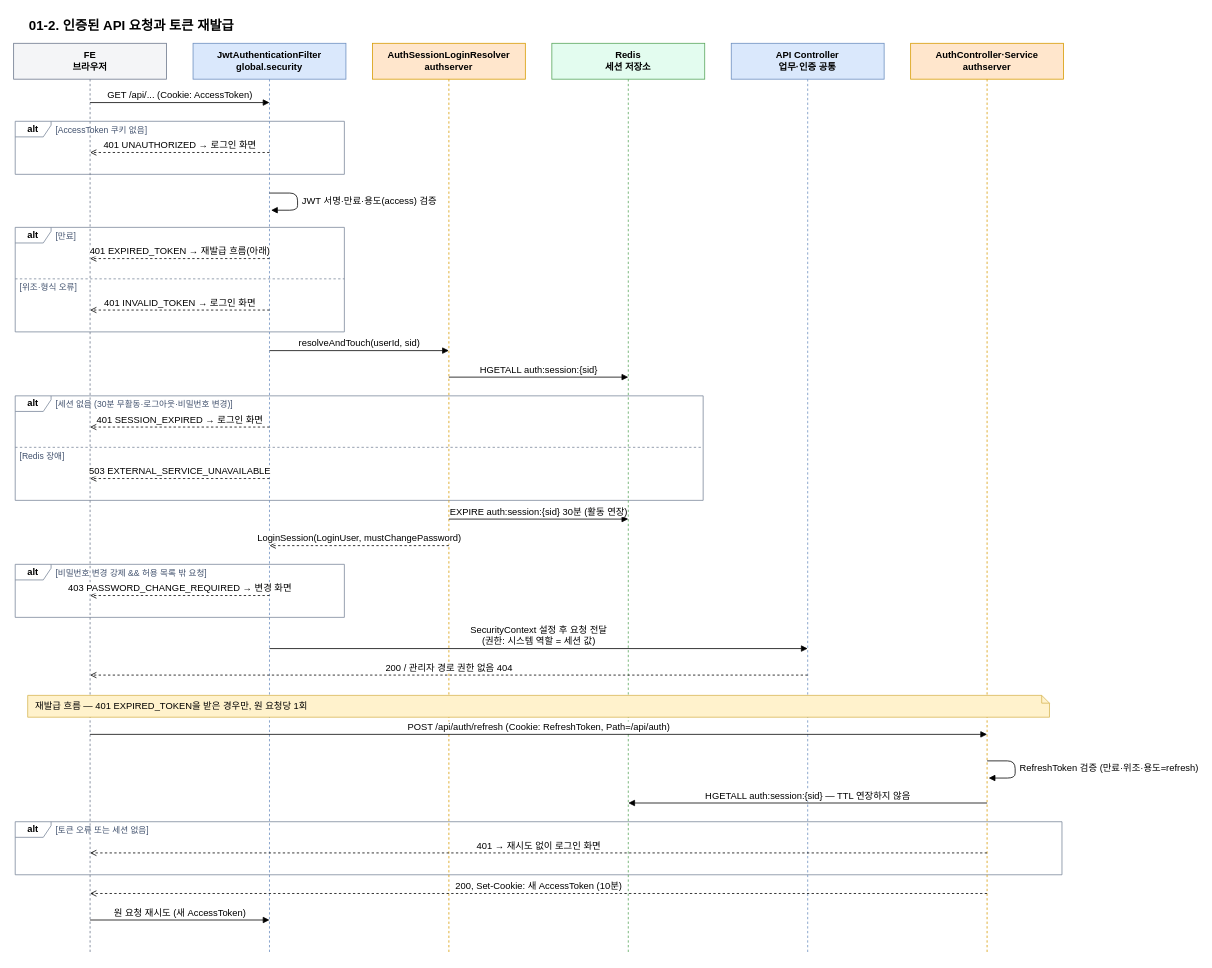
Earlier version of the draw.io diagram docs/sequence/01-2-authenticated-request.drawio (WonikQnCKDT/CoreviaAI_BE). Source tidied: cells renumbered, new cells numbered last; positions are measured from the earlier drawing's top-left corner, leaving out a move shared by most shapes. Both pictures are drawn from the tidied source at 78%, with x=0, y=0 at pixel (13, 13).
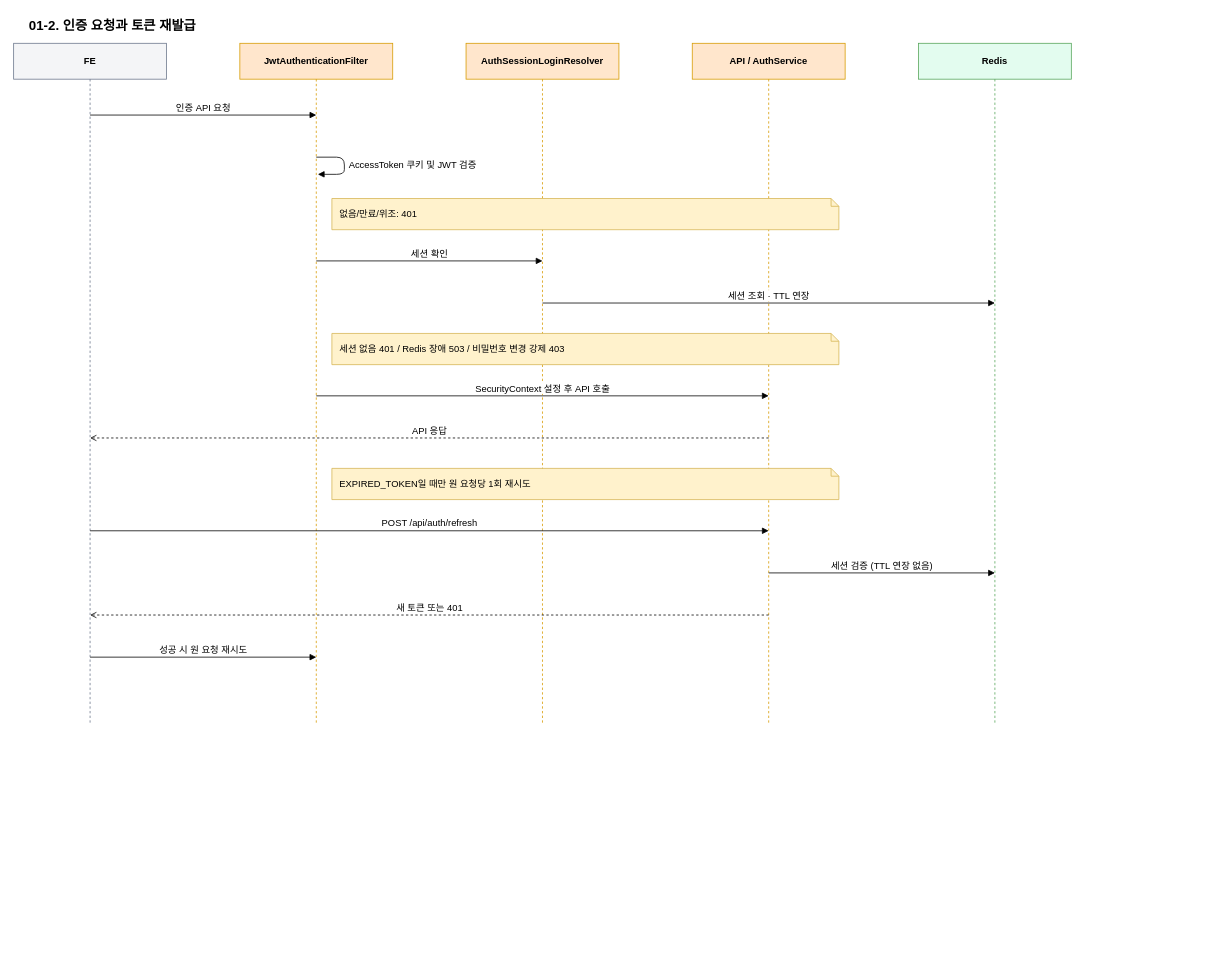
After the change.

Diff of the diagram source:
```diff
@@
+    <mxCell id="15" value="FE" style="shape=umlLifeline;perimeter=lifelinePerimeter;whiteSpace=wrap;html=1;size=46;fillColor=#F4F5F7;strokeColor=#6B778C;fontStyle=1;" parent="1" vertex="1">
+      <mxGeometry y="38" width="196" height="871" as="geometry" />
+    </mxCell>
+    <mxCell id="22" value="JwtAuthenticationFilter" style="shape=umlLifeline;perimeter=lifelinePerimeter;whiteSpace=wrap;html=1;size=46;fillColor=#FFE6CC;strokeColor=#D79B00;fontStyle=1;" parent="1" vertex="1">
+      <mxGeometry x="290" y="38" width="196" height="871" as="geometry" />
+    </mxCell>
+    <mxCell id="23" value="AuthSessionLoginResolver" style="shape=umlLifeline;perimeter=lifelinePerimeter;whiteSpace=wrap;html=1;size=46;fillColor=#FFE6CC;strokeColor=#D79B00;fontStyle=1;" parent="1" vertex="1">
+      <mxGeometry x="580" y="38" width="196" height="871" as="geometry" />
+    </mxCell>
+    <mxCell id="24" value="API / AuthService" style="shape=umlLifeline;perimeter=lifelinePerimeter;whiteSpace=wrap;html=1;size=46;fillColor=#FFE6CC;strokeColor=#D79B00;fontStyle=1;" parent="1" vertex="1">
+      <mxGeometry x="870" y="38" width="196" height="871" as="geometry" />
+    </mxCell>
+    <mxCell id="25" value="Redis" style="shape=umlLifeline;perimeter=lifelinePerimeter;whiteSpace=wrap;html=1;size=46;fillColor=#E3FCEF;strokeColor=#57A55A;fontStyle=1;" parent="1" vertex="1">
+      <mxGeometry x="1160" y="38" width="196" height="871" as="geometry" />
+    </mxCell>
-    <mxCell id="2" value="alt" style="shape=umlFrame;whiteSpace=wrap;html=1;width=46;height=20;fillColor=none;strokeColor=#7A869A;fontStyle=1;" parent="1" vertex="1">
-      <mxGeometry x="2" y="138" width="422" height="68" as="geometry" />
+    <mxCell id="2" value="인증 API 요청" style="endArrow=block;endFill=1;html=1;verticalAlign=bottom;fontSize=12;" parent="1" edge="1">
+      <mxGeometry relative="1" as="geometry">
+        <mxPoint x="98" y="130" as="sourcePoint" />
+        <mxPoint x="388" y="130" as="targetPoint" />
+      </mxGeometry>
     </mxCell>
-    <mxCell id="3" value="[AccessToken 쿠키 없음]" style="text;html=1;align=left;verticalAlign=middle;fontColor=#42526E;fontSize=11;" parent="1" vertex="1">
-      <mxGeometry x="52" y="139" width="368" height="20" as="geometry" />
+    <mxCell id="3" value="AccessToken 쿠키 및 JWT 검증" style="endArrow=block;endFill=1;html=1;align=left;spacingLeft=4;fontSize=12;edgeStyle=none;" parent="1" edge="1">
+      <mxGeometry relative="1" as="geometry">
+        <mxPoint x="388" y="184" as="sourcePoint" />
+        <mxPoint x="390" y="206" as="targetPoint" />
+        <Array as="points">
+          <mxPoint x="424" y="184" />
+          <mxPoint x="424" y="206" />
+        </Array>
+      </mxGeometry>
     </mxCell>
-    <mxCell id="4" value="alt" style="shape=umlFrame;whiteSpace=wrap;html=1;width=46;height=20;fillColor=none;strokeColor=#7A869A;fontStyle=1;" parent="1" vertex="1">
-      <mxGeometry x="2" y="274" width="422" height="134" as="geometry" />
+    <mxCell id="4" value="없음/만료/위조: 401" style="shape=note;size=10;whiteSpace=wrap;html=1;fillColor=#FFF2CC;strokeColor=#D6B656;align=left;spacingLeft=8;verticalAlign=middle;fontSize=12;" parent="1" vertex="1">
+      <mxGeometry x="408" y="237" width="650" height="40" as="geometry" />
     </mxCell>
-    <mxCell id="5" value="[만료]" style="text;html=1;align=left;verticalAlign=middle;fontColor=#42526E;fontSize=11;" parent="1" vertex="1">
-      <mxGeometry x="52" y="275" width="368" height="20" as="geometry" />
+    <mxCell id="5" value="세션 확인" style="endArrow=block;endFill=1;html=1;verticalAlign=bottom;fontSize=12;" parent="1" edge="1">
+      <mxGeometry relative="1" as="geometry">
+        <mxPoint x="388" y="317" as="sourcePoint" />
+        <mxPoint x="678" y="317" as="targetPoint" />
+      </mxGeometry>
     </mxCell>
-    <mxCell id="6" style="endArrow=none;dashed=1;html=1;strokeColor=#7A869A;" parent="1" edge="1">
+    <mxCell id="6" value="세션 조회 · TTL 연장" style="endArrow=block;endFill=1;html=1;verticalAlign=bottom;fontSize=12;" parent="1" edge="1">
       <mxGeometry relative="1" as="geometry">
-        <mxPoint x="2" y="340" as="sourcePoint" />
-        <mxPoint x="424" y="340" as="targetPoint" />
+        <mxPoint x="678" y="371" as="sourcePoint" />
+        <mxPoint x="1258" y="371" as="targetPoint" />
       </mxGeometry>
     </mxCell>
-    <mxCell id="7" value="[위조·형식 오류]" style="text;html=1;align=left;verticalAlign=middle;fontColor=#42526E;fontSize=11;" parent="1" vertex="1">
-      <mxGeometry x="6" y="341" width="414" height="20" as="geometry" />
+    <mxCell id="7" value="세션 없음 401 / Redis 장애 503 / 비밀번호 변경 강제 403" style="shape=note;size=10;whiteSpace=wrap;html=1;fillColor=#FFF2CC;strokeColor=#D6B656;align=left;spacingLeft=8;verticalAlign=middle;fontSize=12;" parent="1" vertex="1">
+      <mxGeometry x="408" y="410" width="650" height="40" as="geometry" />
     </mxCell>
-    <mxCell id="8" value="alt" style="shape=umlFrame;whiteSpace=wrap;html=1;width=46;height=20;fillColor=none;strokeColor=#7A869A;fontStyle=1;" parent="1" vertex="1">
-      <mxGeometry x="2" y="490" width="882" height="134" as="geometry" />
+    <mxCell id="8" value="SecurityContext 설정 후 API 호출" style="endArrow=block;endFill=1;html=1;verticalAlign=bottom;fontSize=12;" parent="1" edge="1">
+      <mxGeometry relative="1" as="geometry">
+        <mxPoint x="388" y="490" as="sourcePoint" />
+        <mxPoint x="968" y="490" as="targetPoint" />
+      </mxGeometry>
     </mxCell>
-    <mxCell id="9" value="[세션 없음 (30분 무활동·로그아웃·비밀번호 변경)]" style="text;html=1;align=left;verticalAlign=middle;fontColor=#42526E;fontSize=11;" parent="1" vertex="1">
-      <mxGeometry x="52" y="491" width="828" height="20" as="geometry" />
+    <mxCell id="9" value="API 응답" style="dashed=1;endArrow=open;endFill=0;html=1;verticalAlign=bottom;fontSize=12;" parent="1" edge="1">
+      <mxGeometry relative="1" as="geometry">
+        <mxPoint x="968" y="544" as="sourcePoint" />
+        <mxPoint x="98" y="544" as="targetPoint" />
+      </mxGeometry>
     </mxCell>
-    <mxCell id="10" style="endArrow=none;dashed=1;html=1;strokeColor=#7A869A;" parent="1" edge="1">
-      <mxGeometry relative="1" as="geometry">
-        <mxPoint x="2" y="556" as="sourcePoint" />
-        <mxPoint x="884" y="556" as="targetPoint" />
-      </mxGeometry>
+    <mxCell id="10" value="EXPIRED_TOKEN일 때만 원 요청당 1회 재시도" style="shape=note;size=10;whiteSpace=wrap;html=1;fillColor=#FFF2CC;strokeColor=#D6B656;align=left;spacingLeft=8;verticalAlign=middle;fontSize=12;" parent="1" vertex="1">
+      <mxGeometry x="408" y="583" width="650" height="40" as="geometry" />
     </mxCell>
-    <mxCell id="11" value="[Redis 장애]" style="text;html=1;align=left;verticalAlign=middle;fontColor=#42526E;fontSize=11;" parent="1" vertex="1">
-      <mxGeometry x="6" y="557" width="874" height="20" as="geometry" />
+    <mxCell id="11" value="POST /api/auth/refresh" style="endArrow=block;endFill=1;html=1;verticalAlign=bottom;fontSize=12;" parent="1" edge="1">
+      <mxGeometry relative="1" as="geometry">
+        <mxPoint x="98" y="663" as="sourcePoint" />
+        <mxPoint x="968" y="663" as="targetPoint" />
+      </mxGeometry>
     </mxCell>
-    <mxCell id="12" value="alt" style="shape=umlFrame;whiteSpace=wrap;html=1;width=46;height=20;fillColor=none;strokeColor=#7A869A;fontStyle=1;" parent="1" vertex="1">
-      <mxGeometry x="2" y="706" width="422" height="68" as="geometry" />
+    <mxCell id="12" value="세션 검증 (TTL 연장 없음)" style="endArrow=block;endFill=1;html=1;verticalAlign=bottom;fontSize=12;" parent="1" edge="1">
+      <mxGeometry relative="1" as="geometry">
+        <mxPoint x="968" y="717" as="sourcePoint" />
+        <mxPoint x="1258" y="717" as="targetPoint" />
+      </mxGeometry>
     </mxCell>
-    <mxCell id="13" value="[비밀번호 변경 강제 &amp;&amp; 허용 목록 밖 요청]" style="text;html=1;align=left;verticalAlign=middle;fontColor=#42526E;fontSize=11;" parent="1" vertex="1">
-      <mxGeometry x="52" y="707" width="368" height="20" as="geometry" />
+    <mxCell id="13" value="새 토큰 또는 401" style="dashed=1;endArrow=open;endFill=0;html=1;verticalAlign=bottom;fontSize=12;" parent="1" edge="1">
+      <mxGeometry relative="1" as="geometry">
+        <mxPoint x="968" y="771" as="sourcePoint" />
+        <mxPoint x="98" y="771" as="targetPoint" />
+      </mxGeometry>
     </mxCell>
-    <mxCell id="14" value="alt" style="shape=umlFrame;whiteSpace=wrap;html=1;width=46;height=20;fillColor=none;strokeColor=#7A869A;fontStyle=1;" parent="1" vertex="1">
-      <mxGeometry x="2" y="1036" width="1342" height="68" as="geometry" />
+    <mxCell id="14" value="성공 시 원 요청 재시도" style="endArrow=block;endFill=1;html=1;verticalAlign=bottom;fontSize=12;" parent="1" edge="1">
+      <mxGeometry relative="1" as="geometry">
+        <mxPoint x="98" y="825" as="sourcePoint" />
+        <mxPoint x="388" y="825" as="targetPoint" />
+      </mxGeometry>
     </mxCell>
-    <mxCell id="15" value="[토큰 오류 또는 세션 없음]" style="text;html=1;align=left;verticalAlign=middle;fontColor=#42526E;fontSize=11;" parent="1" vertex="1">
-      <mxGeometry x="52" y="1037" width="1288" height="20" as="geometry" />
-    </mxCell>
-    <mxCell id="16" value="FE&lt;br&gt;브라우저" style="shape=umlLifeline;perimeter=lifelinePerimeter;whiteSpace=wrap;html=1;size=46;fillColor=#F4F5F7;strokeColor=#6B778C;fontStyle=1;" parent="1" vertex="1">
-      <mxGeometry y="38" width="196" height="1168" as="geometry" />
-    </mxCell>
-    <mxCell id="17" value="JwtAuthenticationFilter&lt;br&gt;global.security" style="shape=umlLifeline;perimeter=lifelinePerimeter;whiteSpace=wrap;html=1;size=46;fillColor=#DAE8FC;strokeColor=#6C8EBF;fontStyle=1;" parent="1" vertex="1">
-      <mxGeometry x="230" y="38" width="196" height="1168" as="geometry" />
-    </mxCell>
-    <mxCell id="18" value="AuthSessionLoginResolver&lt;br&gt;authserver" style="shape=umlLifeline;perimeter=lifelinePerimeter;whiteSpace=wrap;html=1;size=46;fillColor=#FFE6CC;strokeColor=#D79B00;fontStyle=1;" parent="1" vertex="1">
-      <mxGeometry x="460" y="38" width="196" height="1168" as="geometry" />
-    </mxCell>
-    <mxCell id="19" value="Redis&lt;br&gt;세션 저장소" style="shape=umlLifeline;perimeter=lifelinePerimeter;whiteSpace=wrap;html=1;size=46;fillColor=#E3FCEF;strokeColor=#57A55A;fontStyle=1;" parent="1" vertex="1">
-      <mxGeometry x="690" y="38" width="196" height="1168" as="geometry" />
-    </mxCell>
-    <mxCell id="20" value="API Controller&lt;br&gt;업무·인증 공통" style="shape=umlLifeline;perimeter=lifelinePerimeter;whiteSpace=wrap;html=1;size=46;fillColor=#DAE8FC;strokeColor=#6C8EBF;fontStyle=1;" parent="1" vertex="1">
-      <mxGeometry x="920" y="38" width="196" height="1168" as="geometry" />
-    </mxCell>
-    <mxCell id="21" value="AuthController·Service&lt;br&gt;authserver" style="shape=umlLifeline;perimeter=lifelinePerimeter;whiteSpace=wrap;html=1;size=46;fillColor=#FFE6CC;strokeColor=#D79B00;fontStyle=1;" parent="1" vertex="1">
-      <mxGeometry x="1150" y="38" width="196" height="1168" as="geometry" />
-    </mxCell>
-    <mxCell id="22" value="GET /api/... (Cookie: AccessToken)" style="endArrow=block;endFill=1;html=1;verticalAlign=bottom;fontSize=12;" parent="1" edge="1">
-      <mxGeometry relative="1" as="geometry">
-        <mxPoint x="98" y="114" as="sourcePoint" />
-        <mxPoint x="328" y="114" as="targetPoint" />
-      </mxGeometry>
-    </mxCell>
-    <mxCell id="23" value="401 UNAUTHORIZED → 로그인 화면" style="dashed=1;endArrow=open;endFill=0;html=1;verticalAlign=bottom;fontSize=12;" parent="1" edge="1">
-      <mxGeometry relative="1" as="geometry">
-        <mxPoint x="328" y="178" as="sourcePoint" />
-        <mxPoint x="98" y="178" as="targetPoint" />
-      </mxGeometry>
-    </mxCell>
-    <mxCell id="24" value="JWT 서명·만료·용도(access) 검증" style="endArrow=block;endFill=1;html=1;align=left;spacingLeft=4;fontSize=12;edgeStyle=none;" parent="1" edge="1">
-      <mxGeometry relative="1" as="geometry">
-        <mxPoint x="328" y="230" as="sourcePoint" />
-        <mxPoint x="330" y="252" as="targetPoint" />
-        <Array as="points">
-          <mxPoint x="364" y="230" />
-          <mxPoint x="364" y="252" />
-        </Array>
-      </mxGeometry>
-    </mxCell>
-    <mxCell id="25" value="401 EXPIRED_TOKEN → 재발급 흐름(아래)" style="dashed=1;endArrow=open;endFill=0;html=1;verticalAlign=bottom;fontSize=12;" parent="1" edge="1">
-      <mxGeometry relative="1" as="geometry">
-        <mxPoint x="328" y="314" as="sourcePoint" />
-        <mxPoint x="98" y="314" as="targetPoint" />
-      </mxGeometry>
-    </mxCell>
-    <mxCell id="26" value="401 INVALID_TOKEN → 로그인 화면" style="dashed=1;endArrow=open;endFill=0;html=1;verticalAlign=bottom;fontSize=12;" parent="1" edge="1">
-      <mxGeometry relative="1" as="geometry">
-        <mxPoint x="328" y="380" as="sourcePoint" />
-        <mxPoint x="98" y="380" as="targetPoint" />
-      </mxGeometry>
+    <mxCell id="26" value="01-2. 인증 요청과 토큰 재발급" style="text;html=1;fontSize=17;fontStyle=1;align=left;" parent="1" vertex="1">
+      <mxGeometry x="18" width="1100" height="26" as="geometry" />
     </mxCell>
-    <mxCell id="27" value="resolveAndTouch(userId, sid)" style="endArrow=block;endFill=1;html=1;verticalAlign=bottom;fontSize=12;" parent="1" edge="1">
-      <mxGeometry relative="1" as="geometry">
-        <mxPoint x="328" y="432" as="sourcePoint" />
-        <mxPoint x="558" y="432" as="targetPoint" />
-      </mxGeometry>
-    </mxCell>
-    <mxCell id="28" value="HGETALL auth:session:{sid}" style="endArrow=block;endFill=1;html=1;verticalAlign=bottom;fontSize=12;" parent="1" edge="1">
-      <mxGeometry relative="1" as="geometry">
-        <mxPoint x="558" y="466" as="sourcePoint" />
-        <mxPoint x="788" y="466" as="targetPoint" />
-      </mxGeometry>
-    </mxCell>
-    <mxCell id="29" value="401 SESSION_EXPIRED → 로그인 화면" style="dashed=1;endArrow=open;endFill=0;html=1;verticalAlign=bottom;fontSize=12;" parent="1" edge="1">
-      <mxGeometry relative="1" as="geometry">
-        <mxPoint x="328" y="530" as="sourcePoint" />
-        <mxPoint x="98" y="530" as="targetPoint" />
-      </mxGeometry>
-    </mxCell>
-    <mxCell id="30" value="503 EXTERNAL_SERVICE_UNAVAILABLE" style="dashed=1;endArrow=open;endFill=0;html=1;verticalAlign=bottom;fontSize=12;" parent="1" edge="1">
-      <mxGeometry relative="1" as="geometry">
-        <mxPoint x="328" y="596" as="sourcePoint" />
-        <mxPoint x="98" y="596" as="targetPoint" />
-      </mxGeometry>
-    </mxCell>
-    <mxCell id="31" value="EXPIRE auth:session:{sid} 30분 (활동 연장)" style="endArrow=block;endFill=1;html=1;verticalAlign=bottom;fontSize=12;" parent="1" edge="1">
-      <mxGeometry relative="1" as="geometry">
-        <mxPoint x="558" y="648" as="sourcePoint" />
-        <mxPoint x="788" y="648" as="targetPoint" />
-      </mxGeometry>
-    </mxCell>
-    <mxCell id="32" value="LoginSession(LoginUser, mustChangePassword)" style="dashed=1;endArrow=open;endFill=0;html=1;verticalAlign=bottom;fontSize=12;" parent="1" edge="1">
-      <mxGeometry relative="1" as="geometry">
-        <mxPoint x="558" y="682" as="sourcePoint" />
-        <mxPoint x="328" y="682" as="targetPoint" />
-      </mxGeometry>
-    </mxCell>
-    <mxCell id="33" value="403 PASSWORD_CHANGE_REQUIRED → 변경 화면" style="dashed=1;endArrow=open;endFill=0;html=1;verticalAlign=bottom;fontSize=12;" parent="1" edge="1">
-      <mxGeometry relative="1" as="geometry">
-        <mxPoint x="328" y="746" as="sourcePoint" />
-        <mxPoint x="98" y="746" as="targetPoint" />
-      </mxGeometry>
-    </mxCell>
-    <mxCell id="34" value="SecurityContext 설정 후 요청 전달&lt;br&gt;(권한: 시스템 역할 = 세션 값)" style="endArrow=block;endFill=1;html=1;verticalAlign=bottom;fontSize=12;" parent="1" edge="1">
-      <mxGeometry relative="1" as="geometry">
-        <mxPoint x="328" y="814" as="sourcePoint" />
-        <mxPoint x="1018" y="814" as="targetPoint" />
-      </mxGeometry>
-    </mxCell>
-    <mxCell id="35" value="200 / 관리자 경로 권한 없음 404" style="dashed=1;endArrow=open;endFill=0;html=1;verticalAlign=bottom;fontSize=12;" parent="1" edge="1">
-      <mxGeometry relative="1" as="geometry">
-        <mxPoint x="1018" y="848" as="sourcePoint" />
-        <mxPoint x="98" y="848" as="targetPoint" />
-      </mxGeometry>
-    </mxCell>
-    <mxCell id="36" value="재발급 흐름 — 401 EXPIRED_TOKEN을 받은 경우만, 원 요청당 1회" style="shape=note;size=10;whiteSpace=wrap;html=1;fillColor=#FFF2CC;strokeColor=#D6B656;align=left;spacingLeft=8;verticalAlign=top;fontSize=12;" parent="1" vertex="1">
-      <mxGeometry x="18" y="874" width="1310" height="28" as="geometry" />
-    </mxCell>
-    <mxCell id="37" value="POST /api/auth/refresh (Cookie: RefreshToken, Path=/api/auth)" style="endArrow=block;endFill=1;html=1;verticalAlign=bottom;fontSize=12;" parent="1" edge="1">
-      <mxGeometry relative="1" as="geometry">
-        <mxPoint x="98" y="924" as="sourcePoint" />
-        <mxPoint x="1248" y="924" as="targetPoint" />
-      </mxGeometry>
-    </mxCell>
-    <mxCell id="38" value="RefreshToken 검증 (만료·위조·용도=refresh)" style="endArrow=block;endFill=1;html=1;align=left;spacingLeft=4;fontSize=12;edgeStyle=none;" parent="1" edge="1">
-      <mxGeometry relative="1" as="geometry">
-        <mxPoint x="1248" y="958" as="sourcePoint" />
-        <mxPoint x="1250" y="980" as="targetPoint" />
-        <Array as="points">
-          <mxPoint x="1284" y="958" />
-          <mxPoint x="1284" y="980" />
-        </Array>
-      </mxGeometry>
-    </mxCell>
-    <mxCell id="39" value="HGETALL auth:session:{sid} — TTL 연장하지 않음" style="endArrow=block;endFill=1;html=1;verticalAlign=bottom;fontSize=12;" parent="1" edge="1">
-      <mxGeometry relative="1" as="geometry">
-        <mxPoint x="1248" y="1012" as="sourcePoint" />
-        <mxPoint x="788" y="1012" as="targetPoint" />
-      </mxGeometry>
-    </mxCell>
-    <mxCell id="40" value="401 → 재시도 없이 로그인 화면" style="dashed=1;endArrow=open;endFill=0;html=1;verticalAlign=bottom;fontSize=12;" parent="1" edge="1">
-      <mxGeometry relative="1" as="geometry">
-        <mxPoint x="1248" y="1076" as="sourcePoint" />
-        <mxPoint x="98" y="1076" as="targetPoint" />
-      </mxGeometry>
-    </mxCell>
-    <mxCell id="41" value="200, Set-Cookie: 새 AccessToken (10분)" style="dashed=1;endArrow=open;endFill=0;html=1;verticalAlign=bottom;fontSize=12;" parent="1" edge="1">
-      <mxGeometry relative="1" as="geometry">
-        <mxPoint x="1248" y="1128" as="sourcePoint" />
-        <mxPoint x="98" y="1128" as="targetPoint" />
-      </mxGeometry>
-    </mxCell>
-    <mxCell id="42" value="원 요청 재시도 (새 AccessToken)" style="endArrow=block;endFill=1;html=1;verticalAlign=bottom;fontSize=12;" parent="1" edge="1">
-      <mxGeometry relative="1" as="geometry">
-        <mxPoint x="98" y="1162" as="sourcePoint" />
-        <mxPoint x="328" y="1162" as="targetPoint" />
-      </mxGeometry>
-    </mxCell>
-    <mxCell id="43" value="01-2. 인증된 API 요청과 토큰 재발급" style="text;html=1;fontSize=17;fontStyle=1;align=left;" parent="1" vertex="1">
-      <mxGeometry x="18" width="900" height="26" as="geometry" />
-    </mxCell>
```
